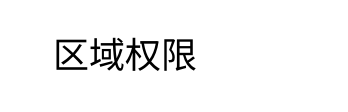
Before: rongda-dep/牙管家-诊所/区域权限.drawio in cherishsince/diagrams.net, a draw.io diagram. Source tidied: cells renumbered, new cells numbered last; positions are measured from the earlier drawing's top-left corner, leaving out a move shared by most shapes. Both pictures are drawn from the tidied source at 200%, with x=0, y=0 at pixel (34, 36).
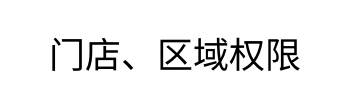
Above is the later version.

Commit message (it also covers changes not shown here):
更新区域权限.drawio

Diff of the diagram source:
```diff
@@
 <mxGraphModel>
   <root>
     <mxCell id="0" />
     <mxCell id="1" parent="0" />
-    <mxCell id="2" value="&lt;span style=&quot;font-size: 18px&quot;&gt;区域权限&lt;/span&gt;" style="text;html=1;align=center;verticalAlign=middle;strokeColor=none;" parent="1" vertex="1">
-      <mxGeometry width="90" height="20" as="geometry" />
+    <mxCell id="2" value="&lt;span style=&quot;font-size: 18px&quot;&gt;门店、区域权限&lt;/span&gt;" style="text;html=1;align=center;verticalAlign=middle;strokeColor=none;" parent="1" vertex="1">
+      <mxGeometry width="140" height="20" as="geometry" />
     </mxCell>
   </root>
 </mxGraphModel>
```
